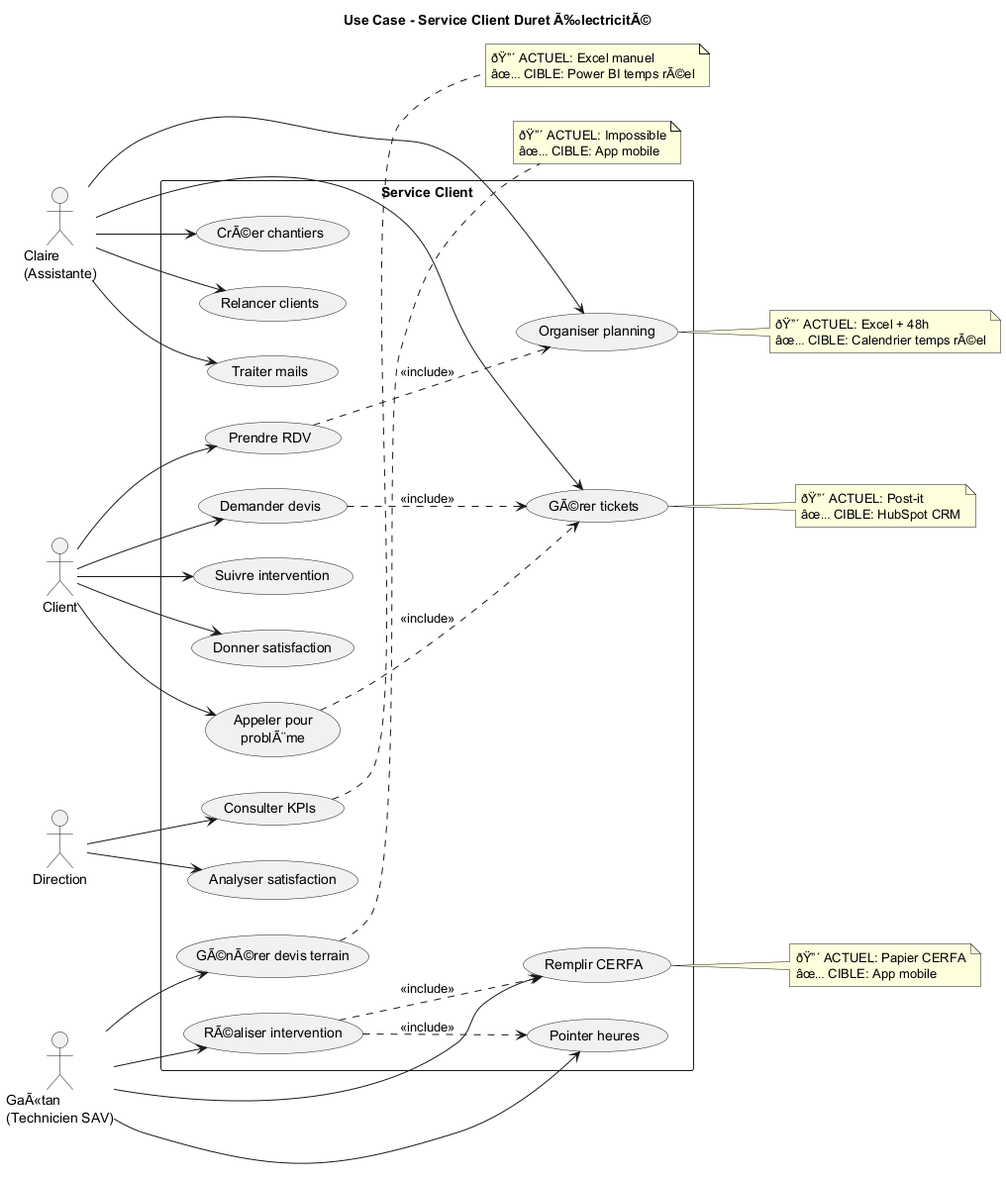
JordanSerafini/Audit_Duret keeps this PlantUML diagram as Service-Client/uml/UseCase_Service_Client.png. Above is the earlier version. The source it was exported from:
```plantuml
@startuml UseCase_Service_Client

title Use Case - Service Client Duret Ã‰lectricitÃ©

left to right direction

actor "Client" as Client
actor "Claire\n(Assistante)" as Claire
actor "GaÃ«tan\n(Technicien SAV)" as Gaetan
actor "Direction" as Direction

rectangle "Service Client" {
  usecase "Appeler pour\nproblÃ¨me" as UC1
  usecase "Prendre RDV" as UC2
  usecase "Demander devis" as UC3
  usecase "Suivre intervention" as UC4
  usecase "Donner satisfaction" as UC5

  usecase "GÃ©rer tickets" as UC6
  usecase "Organiser planning" as UC7
  usecase "Relancer clients" as UC8
  usecase "Traiter mails" as UC9
  usecase "CrÃ©er chantiers" as UC10

  usecase "RÃ©aliser intervention" as UC11
  usecase "Remplir CERFA" as UC12
  usecase "GÃ©nÃ©rer devis terrain" as UC13
  usecase "Pointer heures" as UC14

  usecase "Consulter KPIs" as UC15
  usecase "Analyser satisfaction" as UC16
}

Client --> UC1
Client --> UC2
Client --> UC3
Client --> UC4
Client --> UC5

Claire --> UC6
Claire --> UC7
Claire --> UC8
Claire --> UC9
Claire --> UC10

Gaetan --> UC11
Gaetan --> UC12
Gaetan --> UC13
Gaetan --> UC14

Direction --> UC15
Direction --> UC16

UC1 ..> UC6 : <<include>>
UC2 ..> UC7 : <<include>>
UC3 ..> UC6 : <<include>>

UC11 ..> UC12 : <<include>>
UC11 ..> UC14 : <<include>>

note right of UC6
  ðŸ”´ ACTUEL: Post-it
  âœ… CIBLE: HubSpot CRM
end note

note right of UC7
  ðŸ”´ ACTUEL: Excel + 48h
  âœ… CIBLE: Calendrier temps rÃ©el
end note

note right of UC12
  ðŸ”´ ACTUEL: Papier CERFA
  âœ… CIBLE: App mobile
end note

note right of UC13
  ðŸ”´ ACTUEL: Impossible
  âœ… CIBLE: App mobile
end note

note right of UC15
  ðŸ”´ ACTUEL: Excel manuel
  âœ… CIBLE: Power BI temps rÃ©el
end note

@enduml
```
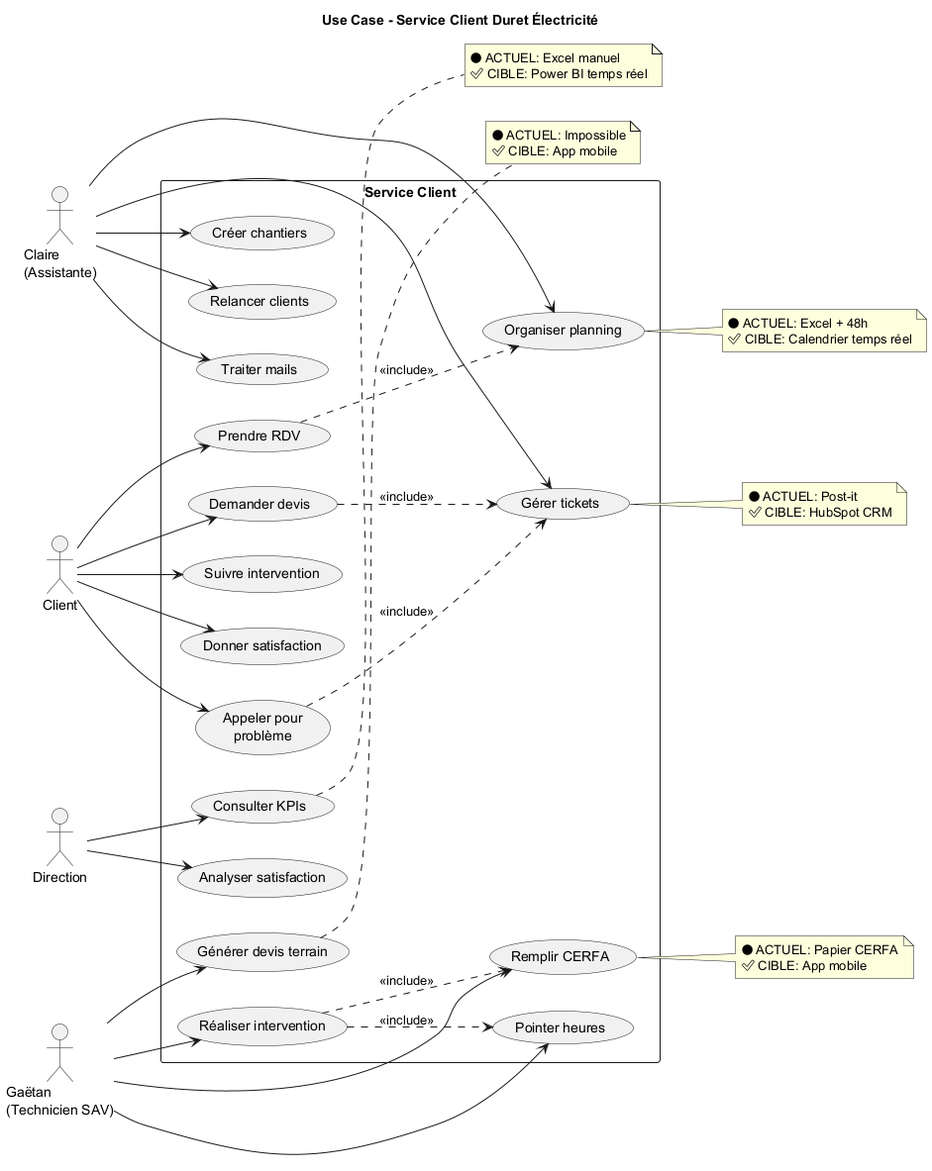
Above is the later version.

Diff of the diagram source:
```diff
@@ -1,30 +1,30 @@
 @startuml UseCase_Service_Client
 
-title Use Case - Service Client Duret Ã‰lectricitÃ©
+title Use Case - Service Client Duret Électricité
 
 left to right direction
 
 actor "Client" as Client
 actor "Claire\n(Assistante)" as Claire
-actor "GaÃ«tan\n(Technicien SAV)" as Gaetan
+actor "Gaëtan\n(Technicien SAV)" as Gaetan
 actor "Direction" as Direction
 
 rectangle "Service Client" {
-  usecase "Appeler pour\nproblÃ¨me" as UC1
+  usecase "Appeler pour\nproblème" as UC1
   usecase "Prendre RDV" as UC2
   usecase "Demander devis" as UC3
   usecase "Suivre intervention" as UC4
   usecase "Donner satisfaction" as UC5
 
-  usecase "GÃ©rer tickets" as UC6
+  usecase "Gérer tickets" as UC6
   usecase "Organiser planning" as UC7
   usecase "Relancer clients" as UC8
   usecase "Traiter mails" as UC9
-  usecase "CrÃ©er chantiers" as UC10
+  usecase "Créer chantiers" as UC10
 
-  usecase "RÃ©aliser intervention" as UC11
+  usecase "Réaliser intervention" as UC11
   usecase "Remplir CERFA" as UC12
-  usecase "GÃ©nÃ©rer devis terrain" as UC13
+  usecase "Générer devis terrain" as UC13
   usecase "Pointer heures" as UC14
 
   usecase "Consulter KPIs" as UC15
@@ -59,28 +59,28 @@
 UC11 ..> UC14 : <<include>>
 
 note right of UC6
-  ðŸ”´ ACTUEL: Post-it
-  âœ… CIBLE: HubSpot CRM
+  🔴 ACTUEL: Post-it
+  ✅ CIBLE: HubSpot CRM
 end note
 
 note right of UC7
-  ðŸ”´ ACTUEL: Excel + 48h
-  âœ… CIBLE: Calendrier temps rÃ©el
+  🔴 ACTUEL: Excel + 48h
+  ✅ CIBLE: Calendrier temps réel
 end note
 
 note right of UC12
-  ðŸ”´ ACTUEL: Papier CERFA
-  âœ… CIBLE: App mobile
+  🔴 ACTUEL: Papier CERFA
+  ✅ CIBLE: App mobile
 end note
 
 note right of UC13
-  ðŸ”´ ACTUEL: Impossible
-  âœ… CIBLE: App mobile
+  🔴 ACTUEL: Impossible
+  ✅ CIBLE: App mobile
 end note
 
 note right of UC15
-  ðŸ”´ ACTUEL: Excel manuel
-  âœ… CIBLE: Power BI temps rÃ©el
+  🔴 ACTUEL: Excel manuel
+  ✅ CIBLE: Power BI temps réel
 end note
 
 @enduml
```
